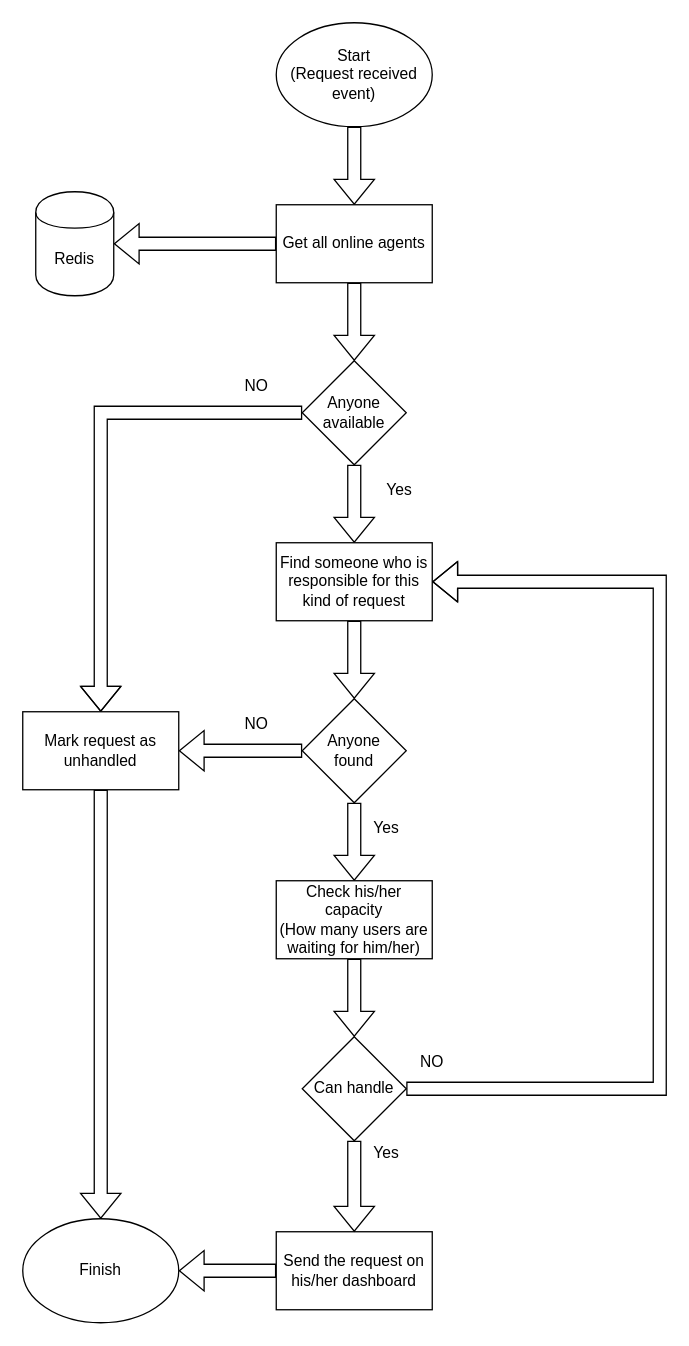
Earlier version of the draw.io diagram page "Handle request" (2 of 3) of flows.drawio (cityplus/docs). Source tidied: cells renumbered, new cells numbered last; positions are measured from the earlier drawing's top-left corner, leaving out a move shared by most shapes. Both pictures are drawn from the tidied source at 130%, with x=0, y=0 at pixel (22, 22).
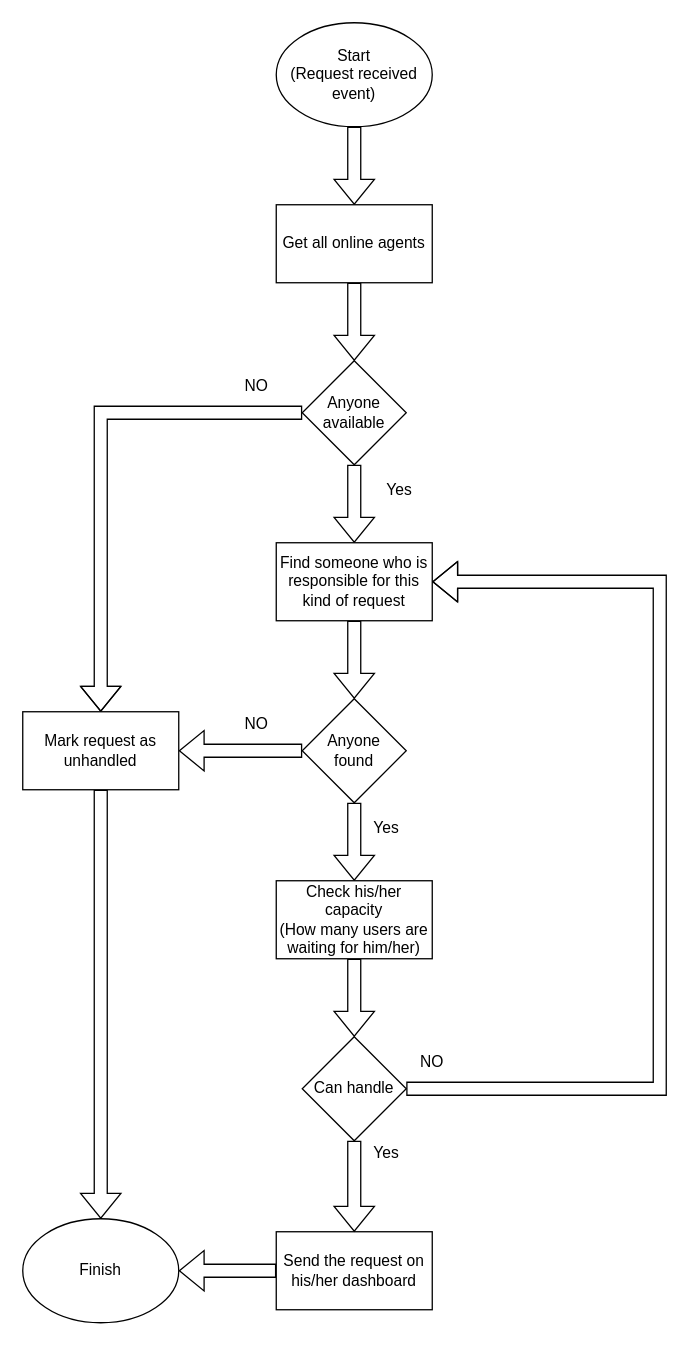
The same page after the edit.

The change refers to these unchanged cells:
```xml
<mxCell id="6" value="Get all online agents" style="rounded=0;whiteSpace=wrap;html=1;" parent="1" vertex="1">
  <mxGeometry x="195" y="140" width="120" height="60" as="geometry" />
</mxCell>
```

Diff of the diagram source:
```diff
@@
-    <mxCell id="4" style="edgeStyle=orthogonalEdgeStyle;shape=flexArrow;rounded=0;jettySize=auto;html=1;" parent="1" edge="1" source="6" target="7">
-      <mxGeometry relative="1" as="geometry" />
-    </mxCell>
@@
-    <mxCell id="7" value="Redis" style="shape=cylinder;whiteSpace=wrap;html=1;boundedLbl=1;backgroundOutline=1;" parent="1" vertex="1">
-      <mxGeometry x="10" y="130" width="60" height="80" as="geometry" />
-    </mxCell>
```
